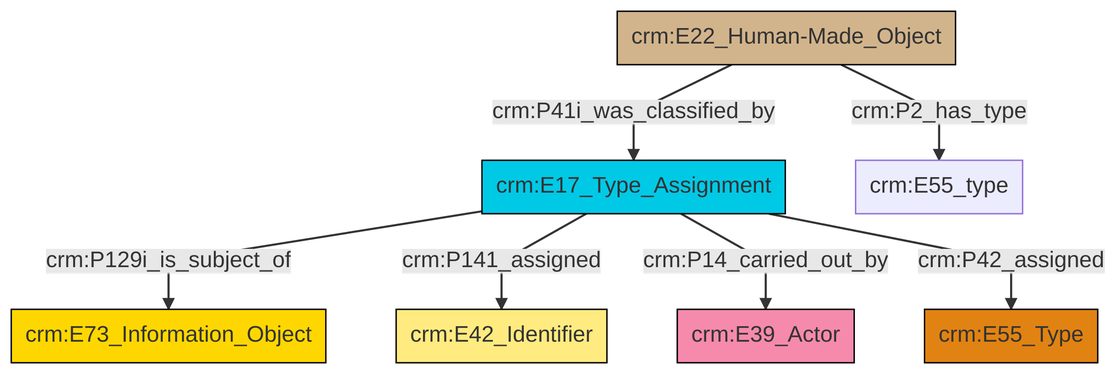
Above: et/builtWorkCSV/ttl/mmd/png/Built_Work_designation_status.png in swiss-art-research-net/docs.swissartresearch (Mermaid), before the change. Its source is kept beside it as et/builtWorkCSV/ttl/mmd/Built_Work_designation_status.ttl.mmd.
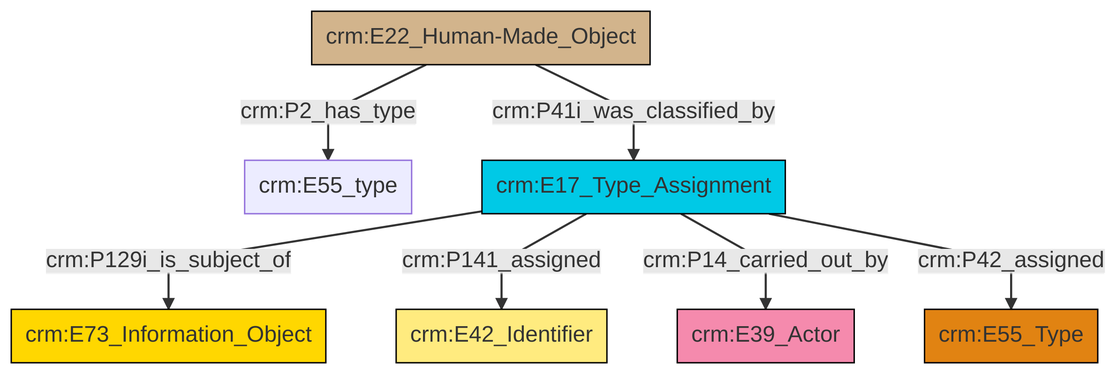
Above is the later version.

What changed in the source:
```diff
@@ -13,9 +13,9 @@
 classDef PC_Classes fill:#4ce600, stroke:#000000;
 classDef Multi fill:#cccccc,stroke:#000000;
 
-0["crm:E17_Type_Assignment"]:::Temporal_Entity -->|crm:P129i_is_subject_of| 2["crm:E73_Information_Object"]:::Conceptual_Object
-3["crm:E22_Human-Made_Object"]:::Physical_Thing -->|crm:P41i_was_classified_by| 0["crm:E17_Type_Assignment"]:::Temporal_Entity
-3["crm:E22_Human-Made_Object"]:::Physical_Thing -->|crm:P2_has_type| 6["crm:E55_type"]:::Default
-0["crm:E17_Type_Assignment"]:::Temporal_Entity -->|crm:P141_assigned| 7["crm:E42_Identifier"]:::Appellation
-0["crm:E17_Type_Assignment"]:::Temporal_Entity -->|crm:P14_carried_out_by| 10["crm:E39_Actor"]:::Actor
-0["crm:E17_Type_Assignment"]:::Temporal_Entity -->|crm:P42_assigned| 4["crm:E55_Type"]:::Type
+0["crm:E22_Human-Made_Object"]:::Physical_Thing -->|crm:P2_has_type| 1["crm:E55_type"]:::Default
+2["crm:E17_Type_Assignment"]:::Temporal_Entity -->|crm:P129i_is_subject_of| 3["crm:E73_Information_Object"]:::Conceptual_Object
+2["crm:E17_Type_Assignment"]:::Temporal_Entity -->|crm:P141_assigned| 8["crm:E42_Identifier"]:::Appellation
+0["crm:E22_Human-Made_Object"]:::Physical_Thing -->|crm:P41i_was_classified_by| 2["crm:E17_Type_Assignment"]:::Temporal_Entity
+2["crm:E17_Type_Assignment"]:::Temporal_Entity -->|crm:P14_carried_out_by| 11["crm:E39_Actor"]:::Actor
+2["crm:E17_Type_Assignment"]:::Temporal_Entity -->|crm:P42_assigned| 6["crm:E55_Type"]:::Type
```
